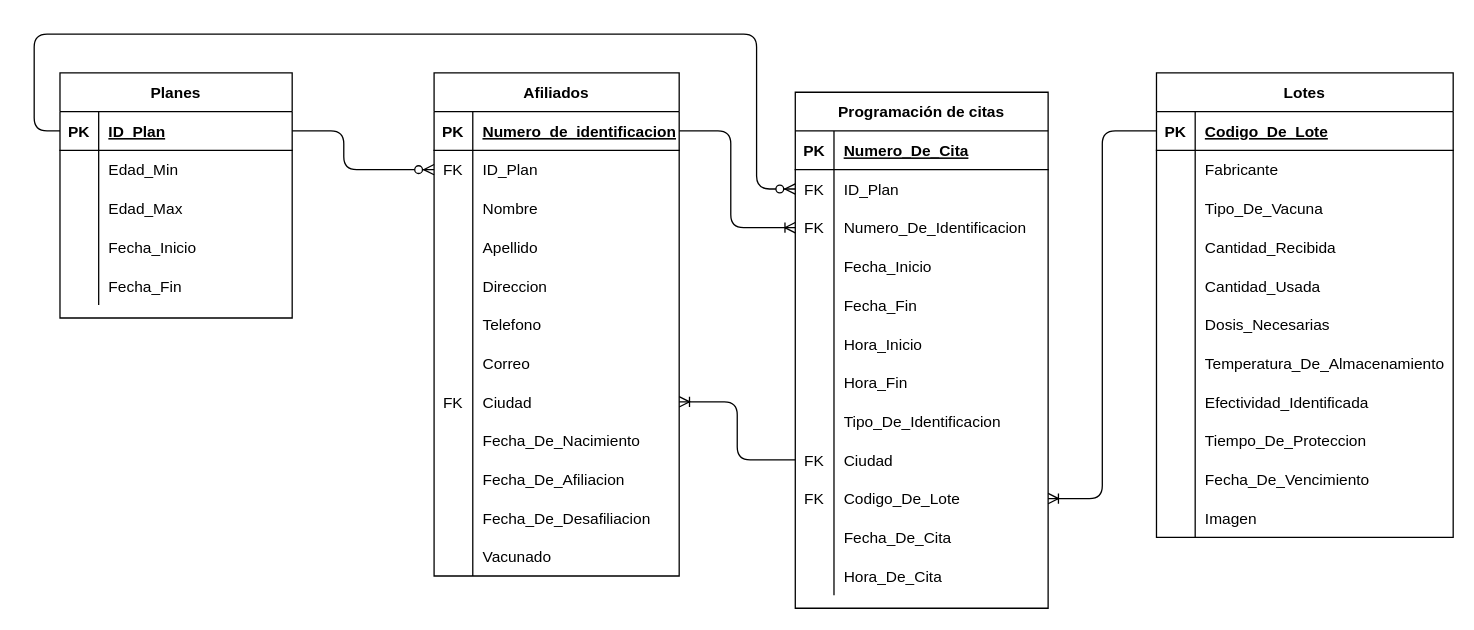
DavHRod/Proyecto-Final-POO-2021-1 keeps this draw.io diagram as SISTEMA DE GESTIÓN DE VACUNACION .drawio. Above is the earlier version. Source tidied: cells renumbered, new cells numbered last; positions are measured from the earlier drawing's top-left corner, leaving out a move shared by most shapes. Both pictures are drawn from the tidied source at 129%, with x=0, y=0 at pixel (34, 34).
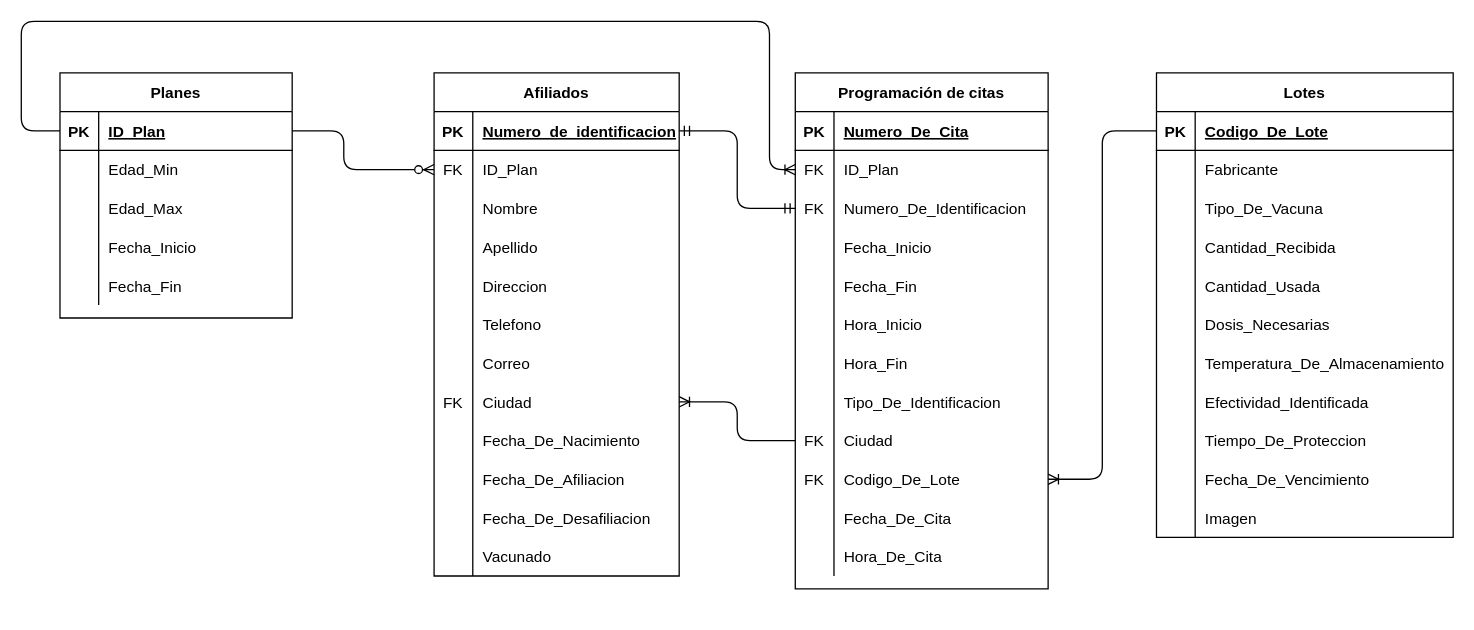
The same page after the edit.

The change refers to these unchanged cells:
```xml
<mxCell id="3" style="shape=partialRectangle;fillColor=none;top=0;left=0;bottom=1;right=0;points=[[0,0.5],[1,0.5]];portConstraint=eastwest;" parent="2" vertex="1">
  <mxGeometry y="30" width="190" height="30" as="geometry" />
</mxCell>
<mxCell id="74" style="shape=partialRectangle;fillColor=none;top=0;left=0;bottom=1;right=0;points=[[0,0.5],[1,0.5]];portConstraint=eastwest;" parent="73" vertex="1">
  <mxGeometry y="30" width="180" height="30" as="geometry" />
</mxCell>
<mxCell id="93" style="shape=partialRectangle;fillColor=none;top=0;left=0;bottom=0;right=0;points=[[0,0.5],[1,0.5]];portConstraint=eastwest;" parent="89" vertex="1">
  <mxGeometry y="60" width="196" height="30" as="geometry" />
</mxCell>
<mxCell id="96" style="shape=partialRectangle;fillColor=none;top=0;left=0;bottom=0;right=0;points=[[0,0.5],[1,0.5]];portConstraint=eastwest;" parent="89" vertex="1">
  <mxGeometry y="90" width="196" height="30" as="geometry" />
</mxCell>
```

What changed in the source:
```diff
@@
     <mxCell id="89" value="Programación de citas" style="shape=table;startSize=30;childLayout=tableLayout;rowLines=0;fontStyle=1;align=center;" parent="1" vertex="1">
-      <mxGeometry x="590" y="45" width="196" height="400" as="geometry" />
+      <mxGeometry x="590" y="30" width="196" height="400" as="geometry" />
     </mxCell>
@@
-    <mxCell id="126" style="edgeStyle=orthogonalEdgeStyle;fontSize=12;html=1;endArrow=ERoneToMany;fontColor=#000000;exitX=1;exitY=0.5;exitDx=0;exitDy=0;entryX=0;entryY=0.5;entryDx=0;entryDy=0;" parent="1" edge="1" source="3" target="96">
-      <mxGeometry relative="1" as="geometry">
-        <Array as="points">
-          <mxPoint x="540" y="75" />
-          <mxPoint x="540" y="150" />
-        </Array>
-      </mxGeometry>
-    </mxCell>
@@
-    <mxCell id="129" style="edgeStyle=orthogonalEdgeStyle;fontSize=12;html=1;endArrow=ERzeroToMany;endFill=1;exitX=0;exitY=0.5;exitDx=0;exitDy=0;" parent="1" edge="1" source="74">
-      <mxGeometry relative="1" as="geometry">
-        <mxPoint x="590" y="120" as="targetPoint" />
-        <Array as="points">
-          <mxPoint y="75" />
-          <mxPoint />
-          <mxPoint x="560" />
-          <mxPoint x="560" y="120" />
-        </Array>
-      </mxGeometry>
-    </mxCell>
@@
+    <mxCell id="126" style="edgeStyle=orthogonalEdgeStyle;fontSize=12;html=1;endArrow=ERmandOne;startArrow=ERmandOne;exitX=1;exitY=0.5;exitDx=0;exitDy=0;entryX=0;entryY=0.5;entryDx=0;entryDy=0;" parent="1" edge="1" source="3" target="96">
+      <mxGeometry relative="1" as="geometry" />
+    </mxCell>
+    <mxCell id="131" style="edgeStyle=orthogonalEdgeStyle;fontSize=12;html=1;endArrow=ERoneToMany;exitX=0;exitY=0.5;exitDx=0;exitDy=0;entryX=0;entryY=0.5;entryDx=0;entryDy=0;" parent="1" edge="1" source="74" target="93">
+      <mxGeometry relative="1" as="geometry">
+        <Array as="points">
+          <mxPoint x="-10" y="75" />
+          <mxPoint x="-10" y="-10" />
+          <mxPoint x="570" y="-10" />
+          <mxPoint x="570" y="105" />
+        </Array>
+      </mxGeometry>
+    </mxCell>
```
